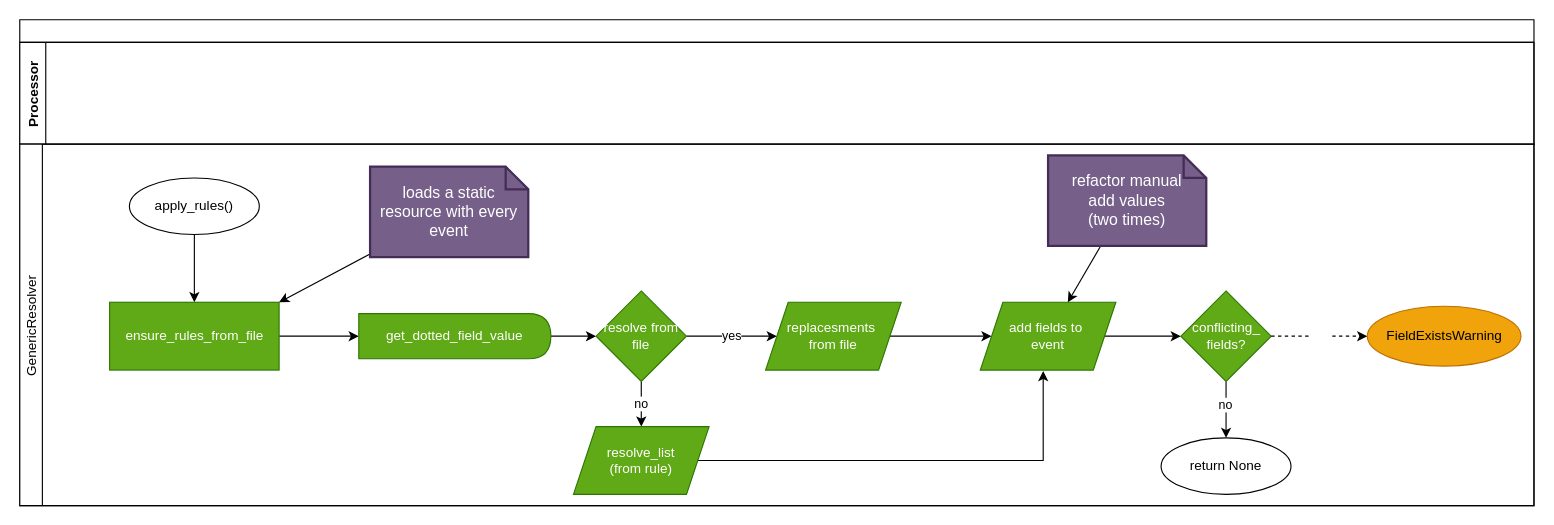
Above: page "GenericResolver" (14 of 30) of doc/source/development/architecture/diagramms/process.drawio in fkie-cad/Logprep (draw.io), before the change. Source tidied: cells renumbered, new cells numbered last; positions are measured from the earlier drawing's top-left corner, leaving out a move shared by most shapes. Both pictures are drawn from the tidied source at 113%, with x=0, y=0 at pixel (19, 19).
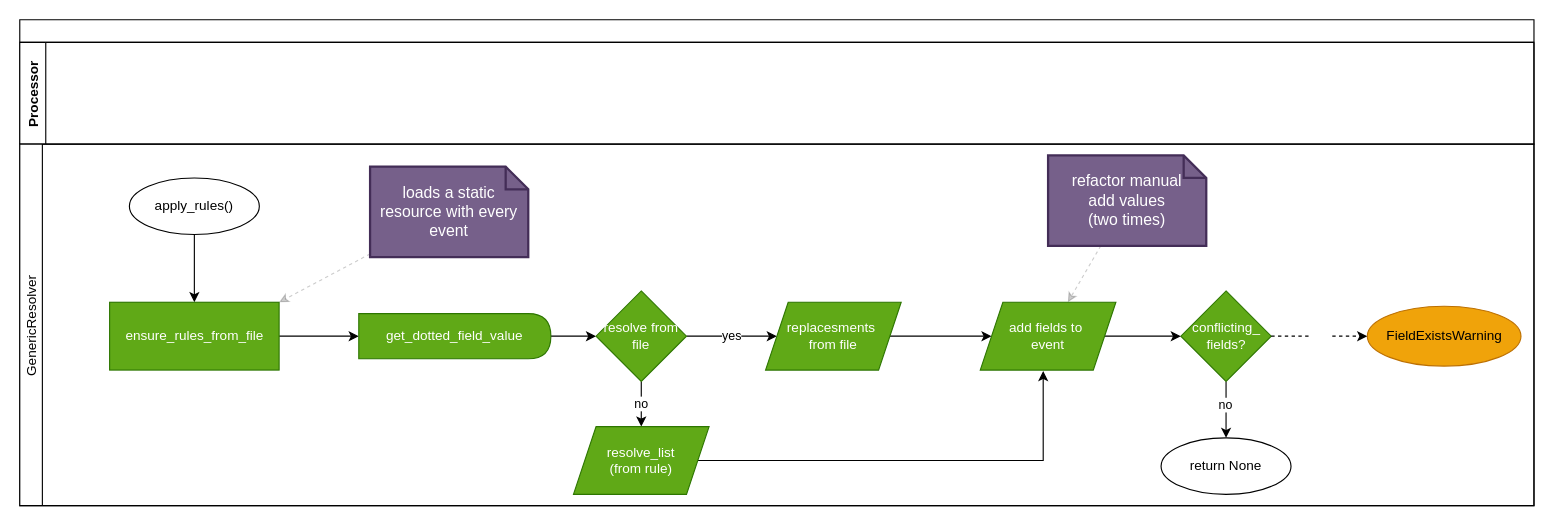
Above is the later version.

Unchanged cells that the change refers to:
```xml
<mxCell id="4" value="GenericResolver" style="swimlane;startSize=20;horizontal=0;fontStyle=0;" parent="2" vertex="1">
  <mxGeometry y="110" width="1340" height="320" as="geometry" />
</mxCell>
<mxCell id="14" value="ensure_rules_from_file" style="rounded=0;whiteSpace=wrap;html=1;fillColor=#60a917;fontColor=#ffffff;strokeColor=#2D7600;" parent="4" vertex="1">
  <mxGeometry x="79.5" y="140" width="150" height="60" as="geometry" />
</mxCell>
<mxCell id="16" value="loads a static resource with every event" style="shape=note;strokeWidth=2;fontSize=14;size=20;whiteSpace=wrap;html=1;fillColor=#76608a;strokeColor=#432D57;fontColor=#ffffff;" parent="4" vertex="1">
  <mxGeometry x="310" y="20" width="140" height="80" as="geometry" />
</mxCell>
<mxCell id="25" value="add fields to&amp;nbsp;&lt;br&gt;event" style="shape=parallelogram;perimeter=parallelogramPerimeter;whiteSpace=wrap;html=1;fixedSize=1;fillColor=#60a917;strokeColor=#2D7600;fontColor=#ffffff;rounded=0;" parent="4" vertex="1">
  <mxGeometry x="850" y="140" width="120" height="60" as="geometry" />
</mxCell>
<mxCell id="29" value="refactor manual&lt;br&gt;add values&lt;br&gt;(two times)" style="shape=note;strokeWidth=2;fontSize=14;size=20;whiteSpace=wrap;html=1;fillColor=#76608a;strokeColor=#432D57;fontColor=#ffffff;" parent="4" vertex="1">
  <mxGeometry x="910" y="10" width="140" height="80" as="geometry" />
</mxCell>
```

The edit, as a diff of the source:
```diff
@@
-    <mxCell id="15" style="rounded=0;jettySize=auto;html=1;entryX=1;entryY=0;entryDx=0;entryDy=0;" parent="4" edge="1" source="16" target="14">
+    <mxCell id="15" style="rounded=0;jettySize=auto;html=1;entryX=1;entryY=0;entryDx=0;entryDy=0;dashed=1;opacity=20;" parent="4" edge="1" source="16" target="14">
       <mxGeometry relative="1" as="geometry" />
     </mxCell>
@@
-    <mxCell id="28" style="rounded=0;jettySize=auto;html=1;" parent="4" edge="1" source="29" target="25">
+    <mxCell id="28" style="rounded=0;jettySize=auto;html=1;dashed=1;opacity=20;" parent="4" edge="1" source="29" target="25">
       <mxGeometry relative="1" as="geometry" />
     </mxCell>
```
